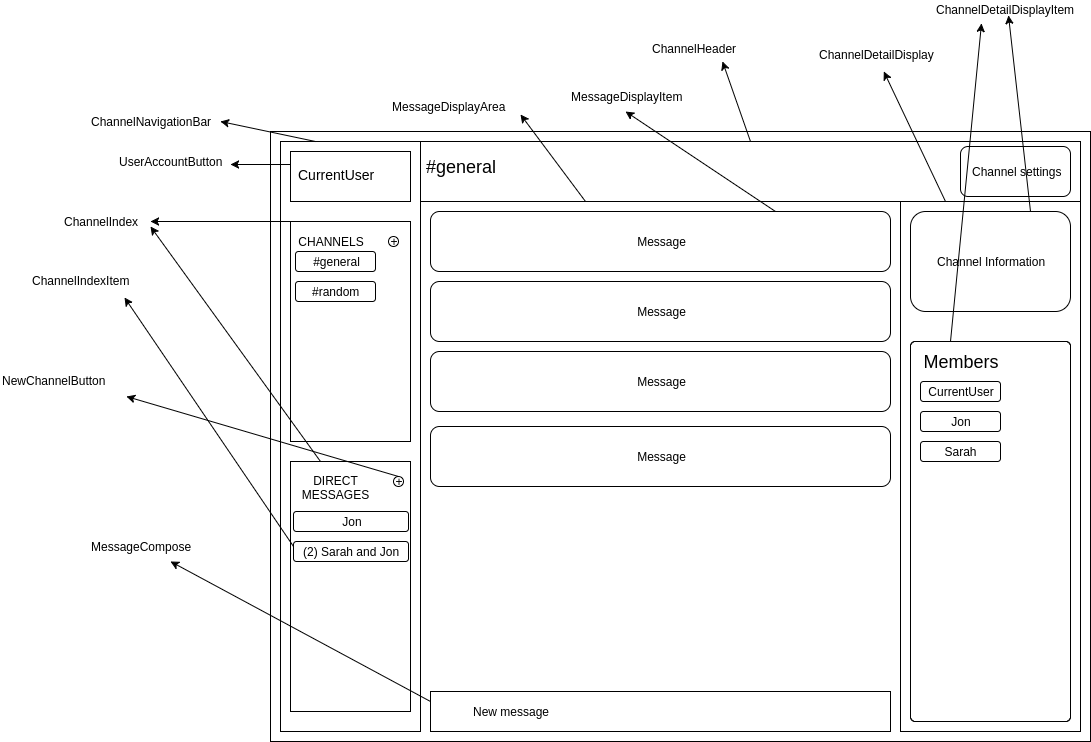
This is docs/wireframes/chat-view.png from joshgelbard/Remiss, a draw.io export, as it was before one commit. Source tidied: cells renumbered, new cells last; positions are measured from the earlier drawing's top-left corner, leaving out a move shared by most shapes.
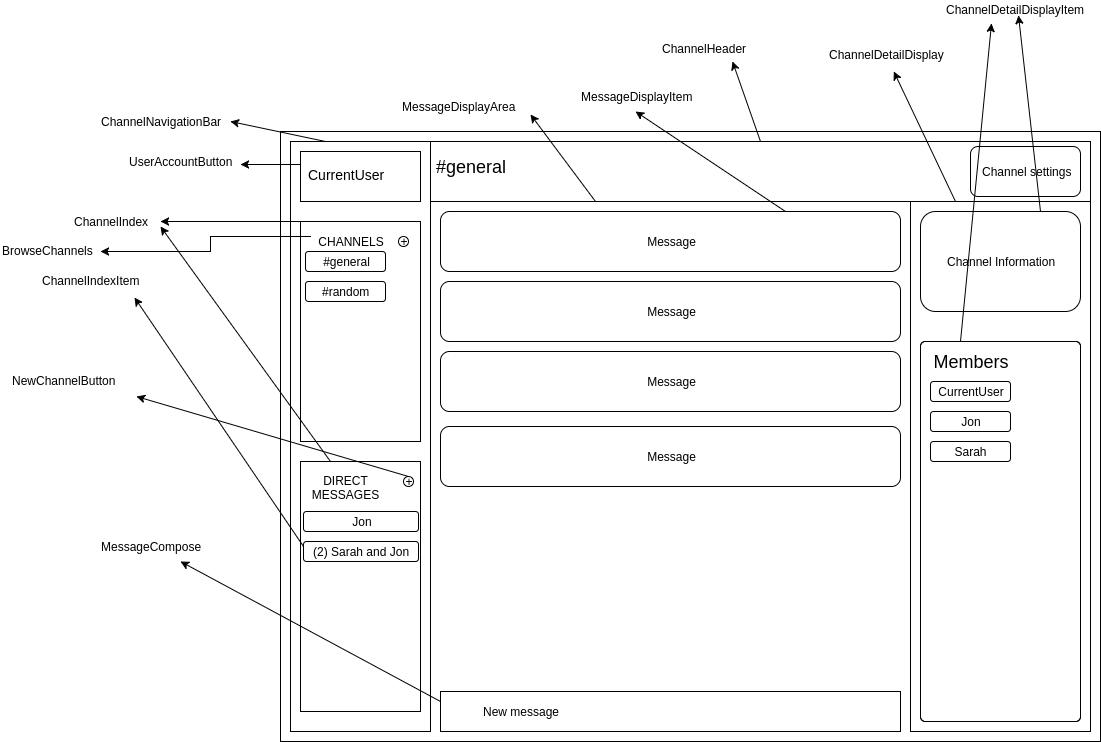
After the commit.

Commit message:
Add missing BrowseChannels component to wireframes

Change to the diagram source:
```diff
@@ -26,8 +26,16 @@
     <mxCell id="9" style="whiteSpace=wrap;html=1;" parent="1" vertex="1">
       <mxGeometry x="430" y="691" width="460" height="40" as="geometry" />
     </mxCell>
+    <mxCell id="56" style="edgeStyle=orthogonalEdgeStyle;rounded=0;html=1;exitX=0;exitY=0.25;jettySize=auto;" parent="1" edge="1" source="10" target="57">
+      <mxGeometry relative="1" as="geometry">
+        <Array as="points">
+          <mxPoint x="200" y="236" />
+          <mxPoint x="200" y="251" />
+        </Array>
+      </mxGeometry>
+    </mxCell>
     <mxCell id="10" value="CHANNELS" style="text;html=1;strokeColor=none;fillColor=none;align=center;verticalAlign=middle;whiteSpace=wrap;" parent="1" vertex="1">
-      <mxGeometry x="310" y="231" width="40" height="20" as="geometry" />
+      <mxGeometry x="300" y="231" width="80" height="20" as="geometry" />
     </mxCell>
     <mxCell id="11" value="DIRECT MESSAGES" style="text;html=1;strokeColor=none;fillColor=none;align=center;verticalAlign=middle;whiteSpace=wrap;" parent="1" vertex="1">
       <mxGeometry x="283" y="476" width="105" height="20" as="geometry" />
@@ -168,5 +176,8 @@
     <mxCell id="55" style="endArrow=classic;html=1;exitX=0.25;exitY=0;entryX=0.312;entryY=1.159;entryPerimeter=0;" parent="1" edge="1" source="18" target="53">
       <mxGeometry relative="1" as="geometry" />
     </mxCell>
+    <mxCell id="57" value="BrowseChannels" style="text;html=1;points=[];align=left;verticalAlign=top;spacingTop=-4;" parent="1" vertex="1">
+      <mxGeometry x="-10" y="241" width="100" height="20" as="geometry" />
+    </mxCell>
   </root>
 </mxGraphModel>
```
